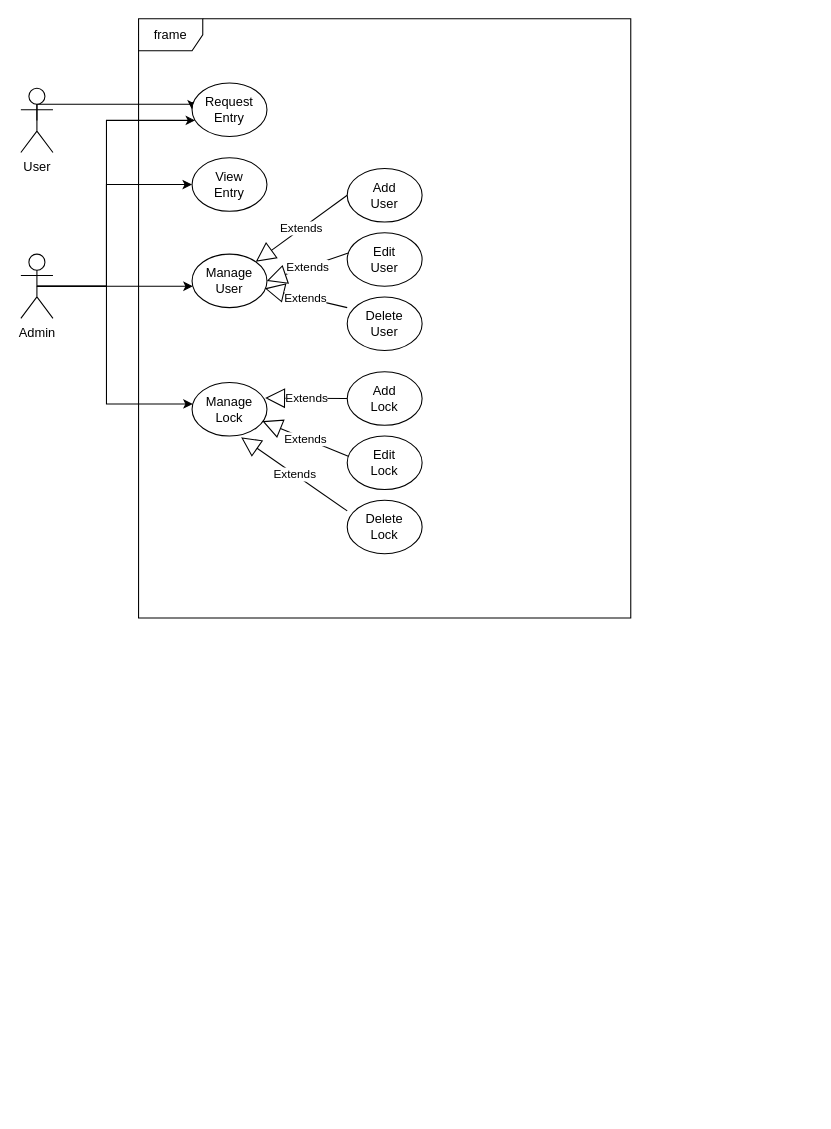
Before: doc/diagrams/UserCase.drawio in DuckTheMug/image-server-for-iot-entry, a draw.io diagram. Source tidied: cells renumbered, new cells numbered last; positions are measured from the earlier drawing's top-left corner, leaving out a move shared by most shapes. Both pictures are drawn from the tidied source at 107%, with x=0, y=0 at pixel (20, 18).
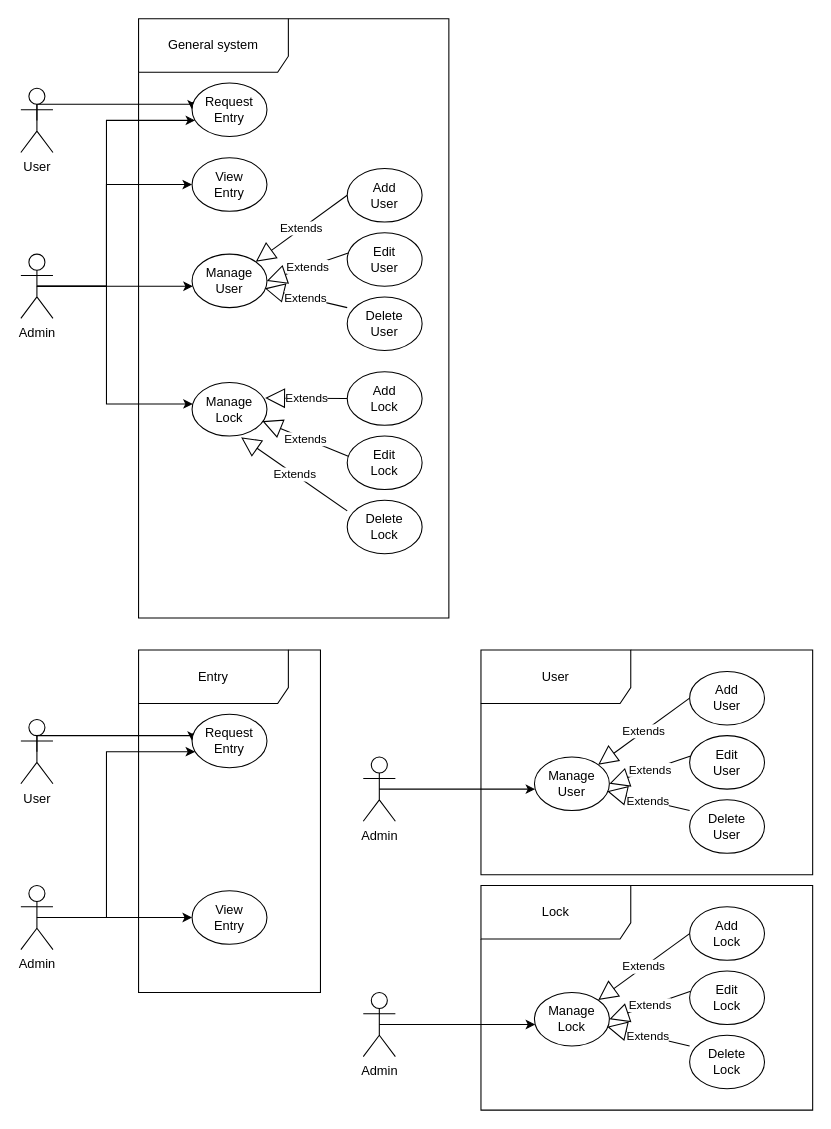
Above is the later version.

Diff of the diagram source:
```diff
@@
-    <mxCell id="4" value="frame" style="shape=umlFrame;whiteSpace=wrap;html=1;" parent="1" vertex="1">
-      <mxGeometry x="110" width="460" height="560" as="geometry" />
+    <mxCell id="4" value="General system" style="shape=umlFrame;whiteSpace=wrap;html=1;width=140;height=50;" parent="1" vertex="1">
+      <mxGeometry x="110" width="290" height="560" as="geometry" />
     </mxCell>
@@
+    <mxCell id="26" value="Admin" style="shape=umlActor;verticalLabelPosition=bottom;verticalAlign=top;html=1;" parent="1" vertex="1">
+      <mxGeometry y="810" width="30" height="60" as="geometry" />
+    </mxCell>
+    <mxCell id="27" value="User" style="shape=umlActor;verticalLabelPosition=bottom;verticalAlign=top;html=1;" parent="1" vertex="1">
+      <mxGeometry y="655" width="30" height="60" as="geometry" />
+    </mxCell>
+    <mxCell id="28" style="edgeStyle=orthogonalEdgeStyle;rounded=0;jettySize=auto;html=1;exitX=0.5;exitY=0.5;exitDx=0;exitDy=0;exitPerimeter=0;entryX=0;entryY=0.5;entryDx=0;entryDy=0;" parent="1" edge="1" source="27" target="29">
+      <mxGeometry relative="1" as="geometry">
+        <Array as="points">
+          <mxPoint x="15" y="670" />
+          <mxPoint x="160" y="670" />
+        </Array>
+      </mxGeometry>
+    </mxCell>
+    <mxCell id="29" value="Request&lt;br&gt;Entry" style="ellipse;html=1;whiteSpace=wrap;" parent="1" vertex="1">
+      <mxGeometry x="160" y="650" width="70" height="50" as="geometry" />
+    </mxCell>
+    <mxCell id="30" style="edgeStyle=orthogonalEdgeStyle;rounded=0;jettySize=auto;html=1;exitX=0.5;exitY=0.5;exitDx=0;exitDy=0;exitPerimeter=0;" parent="1" edge="1" source="26" target="29">
+      <mxGeometry relative="1" as="geometry">
+        <Array as="points">
+          <mxPoint x="80" y="840" />
+          <mxPoint x="80" y="685" />
+        </Array>
+      </mxGeometry>
+    </mxCell>
+    <mxCell id="31" value="View&lt;br&gt;Entry" style="ellipse;html=1;whiteSpace=wrap;" parent="1" vertex="1">
+      <mxGeometry x="160" y="815" width="70" height="50" as="geometry" />
+    </mxCell>
+    <mxCell id="32" style="edgeStyle=orthogonalEdgeStyle;rounded=0;jettySize=auto;html=1;exitX=0.5;exitY=0.5;exitDx=0;exitDy=0;exitPerimeter=0;" parent="1" edge="1" source="26" target="31">
+      <mxGeometry relative="1" as="geometry">
+        <Array as="points">
+          <mxPoint x="140" y="840" />
+          <mxPoint x="140" y="840" />
+        </Array>
+      </mxGeometry>
+    </mxCell>
+    <mxCell id="33" value="Entry" style="shape=umlFrame;whiteSpace=wrap;html=1;width=140;height=50;" parent="1" vertex="1">
+      <mxGeometry x="110" y="590" width="170" height="320" as="geometry" />
+    </mxCell>
+    <mxCell id="34" value="Admin" style="shape=umlActor;verticalLabelPosition=bottom;verticalAlign=top;html=1;" parent="1" vertex="1">
+      <mxGeometry x="320" y="690" width="30" height="60" as="geometry" />
+    </mxCell>
+    <mxCell id="35" style="edgeStyle=orthogonalEdgeStyle;rounded=0;jettySize=auto;html=1;exitX=0.5;exitY=0.5;exitDx=0;exitDy=0;exitPerimeter=0;" parent="1" edge="1" source="34" target="36">
+      <mxGeometry relative="1" as="geometry">
+        <Array as="points">
+          <mxPoint x="440" y="720" />
+          <mxPoint x="440" y="720" />
+        </Array>
+      </mxGeometry>
+    </mxCell>
+    <mxCell id="36" value="Manage&lt;br&gt;User" style="ellipse;html=1;whiteSpace=wrap;" parent="1" vertex="1">
+      <mxGeometry x="480" y="690" width="70" height="50" as="geometry" />
+    </mxCell>
+    <mxCell id="37" value="Extends" style="endArrow=block;endSize=16;endFill=0;html=1;rounded=0;exitX=0;exitY=0.5;exitDx=0;exitDy=0;" parent="1" edge="1" source="42" target="36">
+      <mxGeometry relative="1" as="geometry" />
+    </mxCell>
+    <mxCell id="38" value="Extends" style="endArrow=block;endSize=16;endFill=0;html=1;rounded=0;exitX=0.014;exitY=0.38;exitDx=0;exitDy=0;exitPerimeter=0;entryX=1;entryY=0.5;entryDx=0;entryDy=0;" parent="1" edge="1" source="41" target="36">
+      <mxGeometry relative="1" as="geometry" />
+    </mxCell>
+    <mxCell id="39" value="Extends" style="endArrow=block;endSize=16;endFill=0;html=1;rounded=0;exitX=0;exitY=0.2;exitDx=0;exitDy=0;exitPerimeter=0;entryX=0.971;entryY=0.64;entryDx=0;entryDy=0;entryPerimeter=0;" parent="1" edge="1" source="40" target="36">
+      <mxGeometry relative="1" as="geometry" />
+    </mxCell>
+    <mxCell id="40" value="Delete&lt;br&gt;User" style="ellipse;html=1;whiteSpace=wrap;" parent="1" vertex="1">
+      <mxGeometry x="625" y="730" width="70" height="50" as="geometry" />
+    </mxCell>
+    <mxCell id="41" value="Edit&lt;br&gt;User" style="ellipse;html=1;whiteSpace=wrap;" parent="1" vertex="1">
+      <mxGeometry x="625" y="670" width="70" height="50" as="geometry" />
+    </mxCell>
+    <mxCell id="42" value="Add&lt;br&gt;User" style="ellipse;html=1;whiteSpace=wrap;" parent="1" vertex="1">
+      <mxGeometry x="625" y="610" width="70" height="50" as="geometry" />
+    </mxCell>
+    <mxCell id="43" value="User" style="shape=umlFrame;whiteSpace=wrap;html=1;width=140;height=50;" parent="1" vertex="1">
+      <mxGeometry x="430" y="590" width="310" height="210" as="geometry" />
+    </mxCell>
+    <mxCell id="44" value="Admin" style="shape=umlActor;verticalLabelPosition=bottom;verticalAlign=top;html=1;" parent="1" vertex="1">
+      <mxGeometry x="320" y="910" width="30" height="60" as="geometry" />
+    </mxCell>
+    <mxCell id="45" style="edgeStyle=orthogonalEdgeStyle;rounded=0;jettySize=auto;html=1;exitX=0.5;exitY=0.5;exitDx=0;exitDy=0;exitPerimeter=0;" parent="1" edge="1" source="44" target="46">
+      <mxGeometry relative="1" as="geometry">
+        <Array as="points">
+          <mxPoint x="440" y="940" />
+          <mxPoint x="440" y="940" />
+        </Array>
+      </mxGeometry>
+    </mxCell>
+    <mxCell id="46" value="&lt;div&gt;Manage&lt;/div&gt;&lt;div&gt;Lock&lt;br&gt;&lt;/div&gt;" style="ellipse;html=1;whiteSpace=wrap;" parent="1" vertex="1">
+      <mxGeometry x="480" y="910" width="70" height="50" as="geometry" />
+    </mxCell>
+    <mxCell id="47" value="Extends" style="endArrow=block;endSize=16;endFill=0;html=1;rounded=0;exitX=0;exitY=0.5;exitDx=0;exitDy=0;" parent="1" edge="1" source="52" target="46">
+      <mxGeometry relative="1" as="geometry" />
+    </mxCell>
+    <mxCell id="48" value="Extends" style="endArrow=block;endSize=16;endFill=0;html=1;rounded=0;exitX=0.014;exitY=0.38;exitDx=0;exitDy=0;exitPerimeter=0;entryX=1;entryY=0.5;entryDx=0;entryDy=0;" parent="1" edge="1" source="51" target="46">
+      <mxGeometry relative="1" as="geometry" />
+    </mxCell>
+    <mxCell id="49" value="Extends" style="endArrow=block;endSize=16;endFill=0;html=1;rounded=0;exitX=0;exitY=0.2;exitDx=0;exitDy=0;exitPerimeter=0;entryX=0.971;entryY=0.64;entryDx=0;entryDy=0;entryPerimeter=0;" parent="1" edge="1" source="50" target="46">
+      <mxGeometry relative="1" as="geometry" />
+    </mxCell>
+    <mxCell id="50" value="&lt;div&gt;Delete&lt;/div&gt;&lt;div&gt;Lock&lt;br&gt;&lt;/div&gt;" style="ellipse;html=1;whiteSpace=wrap;" parent="1" vertex="1">
+      <mxGeometry x="625" y="950" width="70" height="50" as="geometry" />
+    </mxCell>
+    <mxCell id="51" value="&lt;div&gt;Edit&lt;/div&gt;Lock" style="ellipse;html=1;whiteSpace=wrap;" parent="1" vertex="1">
+      <mxGeometry x="625" y="890" width="70" height="50" as="geometry" />
+    </mxCell>
+    <mxCell id="52" value="&lt;div&gt;Add&lt;/div&gt;&lt;div&gt;Lock&lt;br&gt;&lt;/div&gt;" style="ellipse;html=1;whiteSpace=wrap;" parent="1" vertex="1">
+      <mxGeometry x="625" y="830" width="70" height="50" as="geometry" />
+    </mxCell>
+    <mxCell id="53" value="Lock" style="shape=umlFrame;whiteSpace=wrap;html=1;width=140;height=50;" parent="1" vertex="1">
+      <mxGeometry x="430" y="810" width="310" height="210" as="geometry" />
+    </mxCell>
```
